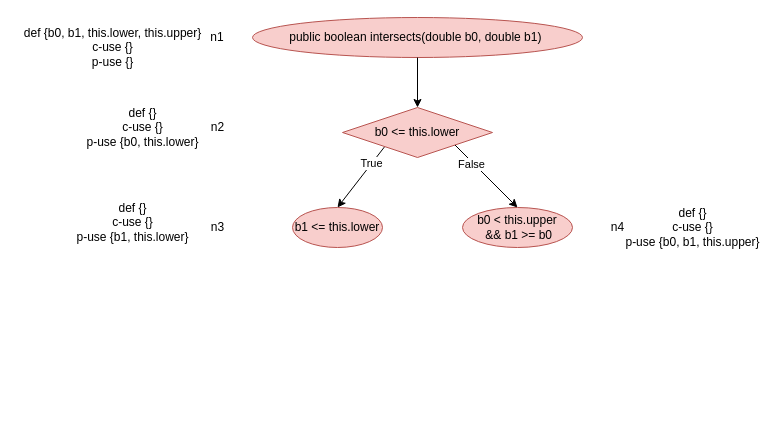
Above: drafts/dataflow intersects.drawio in meng-ucalgary/seng-637-assignment-3 (draw.io), before the change. Source tidied: cells renumbered, new cells numbered last; positions are measured from the earlier drawing's top-left corner, leaving out a move shared by most shapes. Both pictures are drawn from the tidied source at 100%, with x=0, y=0 at pixel (17, 17).
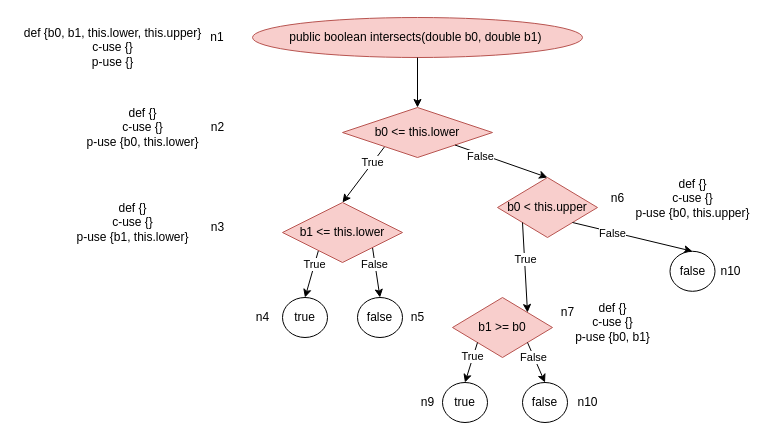
The same diagram, later.

Commit message (it also covers changes not shown here):
update intersects DGF

Unchanged cells that the change refers to:
```xml
<mxCell id="3" value="b0 &amp;lt;= this.lower" style="rhombus;whiteSpace=wrap;html=1;fillColor=#f8cecc;strokeColor=#b85450;" parent="1" vertex="1">
  <mxGeometry x="325" y="90" width="150" height="50" as="geometry" />
</mxCell>
```

What changed in the source:
```diff
@@
-    <mxCell id="4" value="b1 &amp;lt;= this.lower" style="ellipse;whiteSpace=wrap;html=1;fillColor=#f8cecc;strokeColor=#b85450;" parent="1" vertex="1">
-      <mxGeometry x="275" y="190" width="90" height="40" as="geometry" />
-    </mxCell>
@@
-    <mxCell id="7" value="b0 &amp;lt; this.upper&lt;br&gt;&amp;nbsp;&amp;amp;&amp;amp; b1 &amp;gt;= b0" style="ellipse;whiteSpace=wrap;html=1;fillColor=#f8cecc;strokeColor=#b85450;" parent="1" vertex="1">
-      <mxGeometry x="445" y="190" width="110" height="40" as="geometry" />
-    </mxCell>
-    <mxCell id="8" style="endArrow=classic;html=1;rounded=0;entryX=0.5;entryY=0;entryDx=0;entryDy=0;exitX=1;exitY=1;exitDx=0;exitDy=0;" parent="1" edge="1" source="3" target="7">
+    <mxCell id="8" style="endArrow=classic;html=1;rounded=0;entryX=0.5;entryY=0;entryDx=0;entryDy=0;exitX=1;exitY=1;exitDx=0;exitDy=0;" parent="1" edge="1" source="3" target="24">
       <mxGeometry relative="1" as="geometry" />
     </mxCell>
@@
-    <mxCell id="14" value="n4" style="text;html=1;align=center;verticalAlign=middle;strokeColor=none;fillColor=none;" parent="1" vertex="1">
-      <mxGeometry x="585" y="200" width="30" height="20" as="geometry" />
+    <mxCell id="14" value="n6" style="text;html=1;align=center;verticalAlign=middle;strokeColor=none;fillColor=none;" parent="1" vertex="1">
+      <mxGeometry x="585" y="171.2" width="30" height="20" as="geometry" />
     </mxCell>
@@
-    <mxCell id="18" value="&lt;span style=&quot;font-weight: normal&quot;&gt;def {}&lt;br&gt;c-use {}&lt;br&gt;p-use {b0, b1, this.upper}&lt;/span&gt;" style="text;html=1;align=center;verticalAlign=middle;strokeColor=none;fillColor=none;fontStyle=1;" parent="1" vertex="1">
-      <mxGeometry x="600" y="185" width="150" height="50" as="geometry" />
+    <mxCell id="18" value="&lt;span style=&quot;font-weight: normal&quot;&gt;def {}&lt;br&gt;c-use {}&lt;br&gt;p-use {b0, this.upper}&lt;/span&gt;" style="text;html=1;align=center;verticalAlign=middle;strokeColor=none;fillColor=none;fontStyle=1;" parent="1" vertex="1">
+      <mxGeometry x="610" y="156.2" width="130" height="50" as="geometry" />
     </mxCell>
+    <mxCell id="19" style="endArrow=classic;html=1;rounded=0;exitX=0.279;exitY=0.791;exitDx=0;exitDy=0;exitPerimeter=0;entryX=0.5;entryY=0;entryDx=0;entryDy=0;" parent="1" edge="1" target="23">
+      <mxGeometry relative="1" as="geometry">
+        <mxPoint x="301.8" y="230" as="sourcePoint" />
+      </mxGeometry>
+    </mxCell>
+    <mxCell id="20" value="True" style="edgeLabel;html=1;align=center;verticalAlign=middle;" parent="19" vertex="1">
+      <mxGeometry x="-0.35" y="-1" relative="1" as="geometry" />
+    </mxCell>
+    <mxCell id="21" style="endArrow=classic;html=1;rounded=0;exitX=1;exitY=1;exitDx=0;exitDy=0;entryX=0.5;entryY=0;entryDx=0;entryDy=0;" parent="1" edge="1" source="4" target="25">
+      <mxGeometry relative="1" as="geometry" />
+    </mxCell>
+    <mxCell id="22" value="False" style="edgeLabel;html=1;align=center;verticalAlign=middle;" parent="21" vertex="1">
+      <mxGeometry x="-0.33" y="-1" relative="1" as="geometry" />
+    </mxCell>
+    <mxCell id="4" value="&lt;span&gt;b1 &amp;lt;= this.lower&lt;/span&gt;" style="rhombus;whiteSpace=wrap;html=1;fillColor=#f8cecc;strokeColor=#b85450;" parent="1" vertex="1">
+      <mxGeometry x="265" y="185" width="120" height="60" as="geometry" />
+    </mxCell>
+    <mxCell id="23" value="true" style="ellipse;whiteSpace=wrap;html=1;" parent="1" vertex="1">
+      <mxGeometry x="265" y="280" width="45" height="40" as="geometry" />
+    </mxCell>
+    <mxCell id="24" value="b0 &amp;lt; this.upper" style="rhombus;whiteSpace=wrap;html=1;fillColor=#f8cecc;strokeColor=#b85450;" parent="1" vertex="1">
+      <mxGeometry x="480" y="160" width="100" height="60" as="geometry" />
+    </mxCell>
+    <mxCell id="25" value="false" style="ellipse;whiteSpace=wrap;html=1;" parent="1" vertex="1">
+      <mxGeometry x="340" y="280" width="45" height="40" as="geometry" />
+    </mxCell>
+    <mxCell id="26" value="b1 &amp;gt;= b0" style="rhombus;whiteSpace=wrap;html=1;fillColor=#f8cecc;strokeColor=#b85450;" parent="1" vertex="1">
+      <mxGeometry x="435" y="280" width="100" height="60" as="geometry" />
+    </mxCell>
+    <mxCell id="27" style="endArrow=classic;html=1;rounded=0;entryX=1;entryY=0;entryDx=0;entryDy=0;exitX=0;exitY=1;exitDx=0;exitDy=0;" parent="1" edge="1" source="24" target="26">
+      <mxGeometry relative="1" as="geometry" />
+    </mxCell>
+    <mxCell id="28" value="True" style="edgeLabel;html=1;align=center;verticalAlign=middle;" parent="27" vertex="1">
+      <mxGeometry x="-0.18" relative="1" as="geometry" />
+    </mxCell>
+    <mxCell id="29" style="endArrow=classic;html=1;rounded=0;exitX=0;exitY=1;exitDx=0;exitDy=0;entryX=0.5;entryY=0;entryDx=0;entryDy=0;" parent="1" edge="1" source="26" target="31">
+      <mxGeometry relative="1" as="geometry" />
+    </mxCell>
+    <mxCell id="30" value="True" style="edgeLabel;html=1;align=center;verticalAlign=middle;" parent="29" vertex="1">
+      <mxGeometry x="-0.35" y="-1" relative="1" as="geometry" />
+    </mxCell>
+    <mxCell id="31" value="true" style="ellipse;whiteSpace=wrap;html=1;" parent="1" vertex="1">
+      <mxGeometry x="425" y="365" width="45" height="40" as="geometry" />
+    </mxCell>
+    <mxCell id="32" style="endArrow=classic;html=1;rounded=0;exitX=1;exitY=1;exitDx=0;exitDy=0;entryX=0.5;entryY=0;entryDx=0;entryDy=0;" parent="1" edge="1" source="26" target="34">
+      <mxGeometry relative="1" as="geometry" />
+    </mxCell>
+    <mxCell id="33" value="False" style="edgeLabel;html=1;align=center;verticalAlign=middle;" parent="32" vertex="1">
+      <mxGeometry x="-0.33" y="-1" relative="1" as="geometry" />
+    </mxCell>
+    <mxCell id="34" value="false" style="ellipse;whiteSpace=wrap;html=1;" parent="1" vertex="1">
+      <mxGeometry x="505" y="365" width="45" height="40" as="geometry" />
+    </mxCell>
+    <mxCell id="35" style="endArrow=classic;html=1;rounded=0;exitX=1;exitY=1;exitDx=0;exitDy=0;entryX=0.5;entryY=0;entryDx=0;entryDy=0;" parent="1" edge="1" source="24" target="37">
+      <mxGeometry relative="1" as="geometry" />
+    </mxCell>
+    <mxCell id="36" value="False" style="edgeLabel;html=1;align=center;verticalAlign=middle;" parent="35" vertex="1">
+      <mxGeometry x="-0.33" y="-1" relative="1" as="geometry" />
+    </mxCell>
+    <mxCell id="37" value="false" style="ellipse;whiteSpace=wrap;html=1;" parent="1" vertex="1">
+      <mxGeometry x="652.5" y="233.8" width="45" height="40" as="geometry" />
+    </mxCell>
+    <mxCell id="38" value="n10" style="text;html=1;align=center;verticalAlign=middle;strokeColor=none;fillColor=none;" parent="1" vertex="1">
+      <mxGeometry x="692.5" y="243.8" width="40" height="20" as="geometry" />
+    </mxCell>
+    <mxCell id="39" value="&lt;span style=&quot;font-weight: normal&quot;&gt;def {}&lt;br&gt;c-use {}&lt;br&gt;p-use {b0, b1}&lt;/span&gt;" style="text;html=1;align=center;verticalAlign=middle;strokeColor=none;fillColor=none;fontStyle=1;" parent="1" vertex="1">
+      <mxGeometry x="550" y="280" width="90" height="50" as="geometry" />
+    </mxCell>
+    <mxCell id="40" value="n5" style="text;html=1;align=center;verticalAlign=middle;strokeColor=none;fillColor=none;" parent="1" vertex="1">
+      <mxGeometry x="385" y="290" width="30" height="20" as="geometry" />
+    </mxCell>
+    <mxCell id="41" value="n4" style="text;html=1;align=center;verticalAlign=middle;strokeColor=none;fillColor=none;" parent="1" vertex="1">
+      <mxGeometry x="230" y="290" width="30" height="20" as="geometry" />
+    </mxCell>
+    <mxCell id="42" value="n7" style="text;html=1;align=center;verticalAlign=middle;strokeColor=none;fillColor=none;" parent="1" vertex="1">
+      <mxGeometry x="535" y="285" width="30" height="20" as="geometry" />
+    </mxCell>
+    <mxCell id="43" value="n9" style="text;html=1;align=center;verticalAlign=middle;strokeColor=none;fillColor=none;" parent="1" vertex="1">
+      <mxGeometry x="395" y="375" width="30" height="20" as="geometry" />
+    </mxCell>
+    <mxCell id="44" value="n10" style="text;html=1;align=center;verticalAlign=middle;strokeColor=none;fillColor=none;" parent="1" vertex="1">
+      <mxGeometry x="550" y="375" width="40" height="20" as="geometry" />
+    </mxCell>
```
